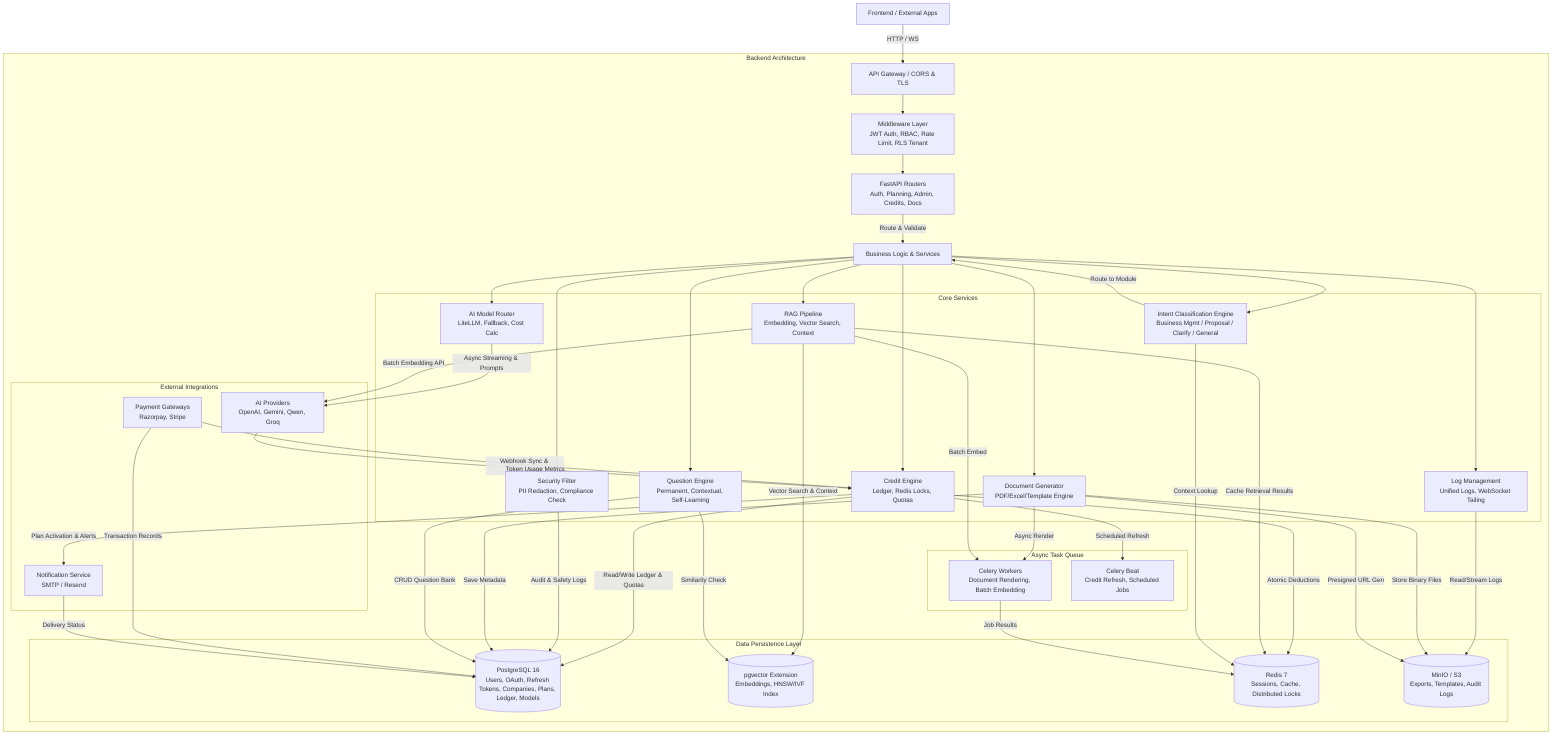
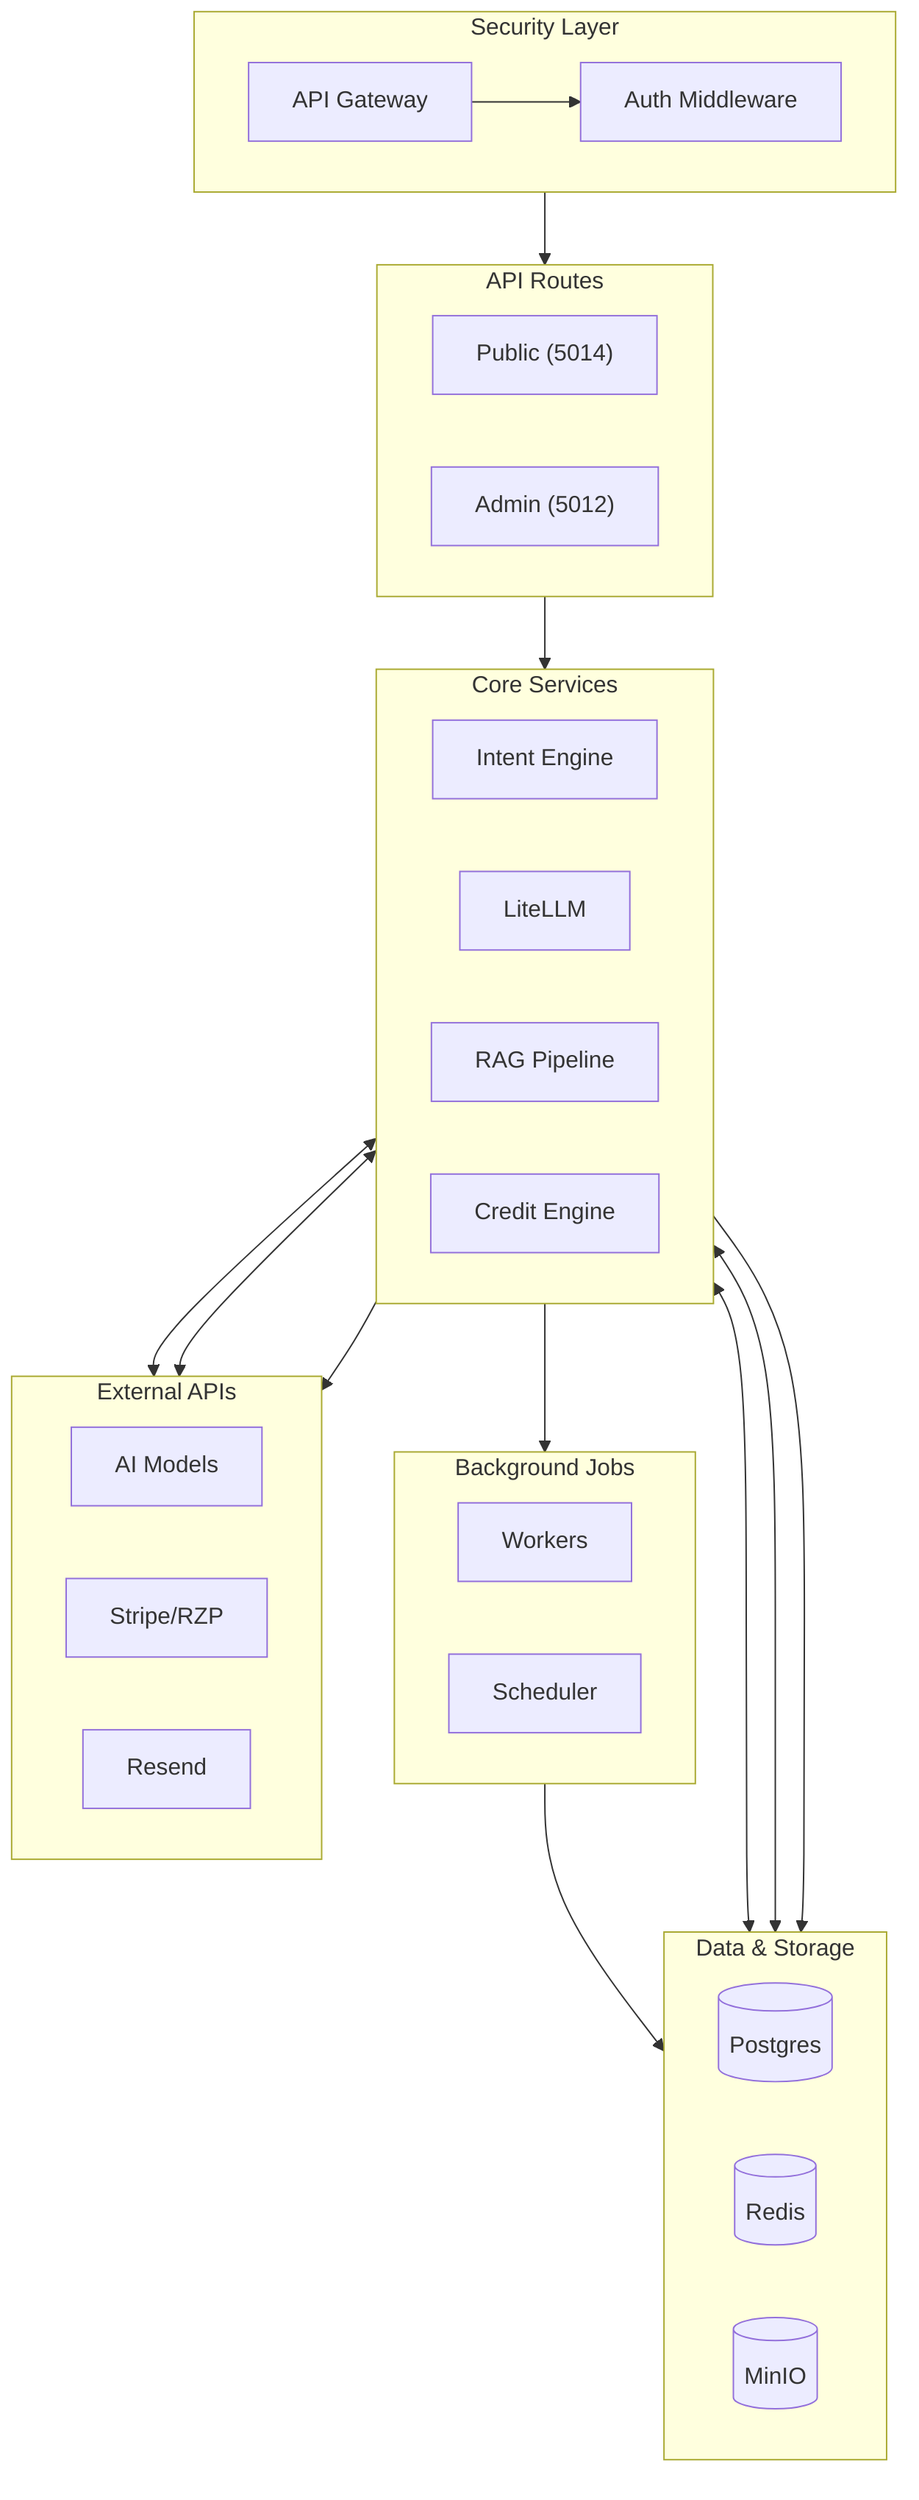
graph TD
-     Client[Frontend / External Apps] -->|HTTP / WS| GW[API Gateway / CORS & TLS]
+     %% Global Styling & Clear Aesthetics
+     classDef gateway fill:#f0f9ff,stroke:#0369a1,stroke-width:2px,color:#0c4a6e
+     classDef controller fill:#f8fafc,stroke:#334155,stroke-width:2px,color:#0f172a
+     classDef service fill:#eff6ff,stroke:#2563eb,stroke-width:2px,color:#1e3a8a
+     classDef worker fill:#fff7ed,stroke:#ea580c,stroke-width:2px,color:#7c2d12
+     classDef db fill:#f0fdf4,stroke:#16a34a,stroke-width:2px,color:#14532d
+     classDef external fill:#fff1f2,stroke:#e11d48,stroke-width:2px,color:#881337

-     subgraph BackendArchitecture["Backend Architecture"]
-         GW --> MW[Middleware Layer\nJWT Auth, RBAC, Rate Limit, RLS Tenant]
-         MW --> Controllers[FastAPI Routers\nAuth, Planning, Admin, Credits, Docs]
+     subgraph Security_Gate ["Security Layer"]
+         direction LR
+         GW["API Gateway"]
+         MW["Auth Middleware"]
+         GW --> MW
+     end
+     class Security_Gate gateway

-         Controllers -->|Route & Validate| Services[Business Logic & Services]
+     subgraph API_Entry ["API Routes"]
+         direction LR
+         Public["Public (5014)"]
+         Admin["Admin (5012)"]
+     end
+     class API_Entry controller

-         subgraph CoreServices["Core Services"]
-             IntentEngine[Intent Classification Engine\nBusiness Mgmt / Proposal / Clarify / General]
-             CreditSvc[Credit Engine\nLedger, Redis Locks, Quotas]
-             AIRouter[AI Model Router\nLiteLLM, Fallback, Cost Calc]
-             RAGSvc[RAG Pipeline\nEmbedding, Vector Search, Context]
-             QuestionEngine[Question Engine\nPermanent, Contextual, Self-Learning]
-             LogSvc[Log Management\nUnified Logs, WebSocket Tailing]
-             GuardRail[Security Filter\nPII Redaction, Compliance Check]
-             DocGen[Document Generator\nPDF/Excel/Template Engine]
-         end
+     subgraph Logic_Core ["Core Services"]
+         direction LR
+         Intent["Intent Engine"]
+         AIRouter["LiteLLM"]
+         RAG["RAG Pipeline"]
+         Credits["Credit Engine"]
+     end
+     class Logic_Core service

-         Services --> IntentEngine
-         IntentEngine -->|Route to Module| Services
-         Services --> CreditSvc
-         Services --> AIRouter
-         Services --> RAGSvc
-         Services --> QuestionEngine
-         Services --> LogSvc
-         Services --> GuardRail
-         Services --> DocGen
+     subgraph Async_Tasks ["Background Jobs"]
+         direction LR
+         Celery["Workers"]
+         Beat["Scheduler"]
+     end
+     class Async_Tasks worker

-         subgraph TaskQueue["Async Task Queue"]
-             Celery[Celery Workers\nDocument Rendering, Batch Embedding]
-             CeleryBeat[Celery Beat\nCredit Refresh, Scheduled Jobs]
-         end
+     subgraph Persistence ["Data & Storage"]
+         direction LR
+         PG[("Postgres")]
+         Redis[("Redis")]
+         MinIO[("MinIO")]
+     end
+     class Persistence db

-         DocGen -->|Async Render| Celery
-         CreditSvc -->|Scheduled Refresh| CeleryBeat
-         RAGSvc -->|Batch Embed| Celery
+     subgraph Cloud_API ["External APIs"]
+         direction LR
+         LLM["AI Models"]
+         Pay["Stripe/RZP"]
+         Mail["Resend"]
+     end
+     class Cloud_API external

-         subgraph DataPersistenceLayer["Data Persistence Layer"]
-             PG[(PostgreSQL 16\nUsers, OAuth, Refresh Tokens, Companies, Plans, Ledger, Models)]
-             PGVec[(pgvector Extension\nEmbeddings, HNSW/IVF Index)]
-             Redis[(Redis 7\nSessions, Cache, Distributed Locks)]
-             MinIO[(MinIO / S3\nExports, Templates, Audit Logs)]
-         end
+     %% Connections
+     MW --> API_Entry
+     API_Entry --> Logic_Core

-         CreditSvc -->|Read/Write Ledger & Quotas| PG
-         CreditSvc -->|Atomic Deductions| Redis
-         RAGSvc -->|Vector Search & Context| PGVec
-         RAGSvc -->|Cache Retrieval Results| Redis
-         GuardRail -->|Audit & Safety Logs| PG
-         LogSvc -->|Read/Stream Logs| MinIO
-         DocGen -->|Store Binary Files| MinIO
-         DocGen -->|Save Metadata| PG
-         QuestionEngine -->|CRUD Question Bank| PG
-         QuestionEngine -->|Similarity Check| PGVec
-         IntentEngine -->|Context Lookup| Redis
+     Logic_Core --> Persistence
+     Logic_Core --> Cloud_API

-         subgraph ExternalIntegrations["External Integrations"]
-             LLMs[AI Providers\nOpenAI, Gemini, Qwen, Groq]
-             Pay[Payment Gateways\nRazorpay, Stripe]
-             Email[Notification Service\nSMTP / Resend]
-         end
+     Logic_Core --> Async_Tasks
+     Async_Tasks --> Persistence

-         AIRouter -->|Async Streaming & Prompts| LLMs
-         Pay -->|Webhook Sync & Entitlements| CreditSvc
-         CreditSvc -->|Plan Activation & Alerts| Email
-         RAGSvc -->|Batch Embedding API| LLMs
+     %% Specific Logic Flows
+     Intent <--> Redis
+     AIRouter <--> LLM
+     Credits <--> Pay
+     RAG <--> PG

-         LLMs -->|Token Usage Metrics| CreditSvc
-         Pay -->|Transaction Records| PG
-         Email -->|Delivery Status| PG
- 
-         DocGen -->|Presigned URL Gen| MinIO
-         Celery -->|Job Results| Redis
-     end+     %% Spacing Styles
+     style Security_Gate padding:15px
+     style API_Entry padding:15px
+     style Logic_Core padding:15px
+     style Async_Tasks padding:15px
+     style Persistence padding:15px
+     style Cloud_API padding:15px